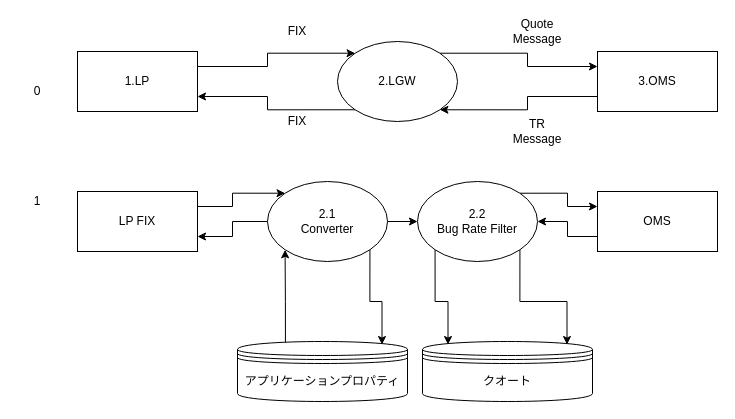
Above: requirement.drawio in gaodi16366/test (draw.io), before the change. Source tidied: cells renumbered, new cells numbered last; positions are measured from the earlier drawing's top-left corner, leaving out a move shared by most shapes. Both pictures are drawn from the tidied source at 100%, with x=0, y=0 at pixel (17, 21).
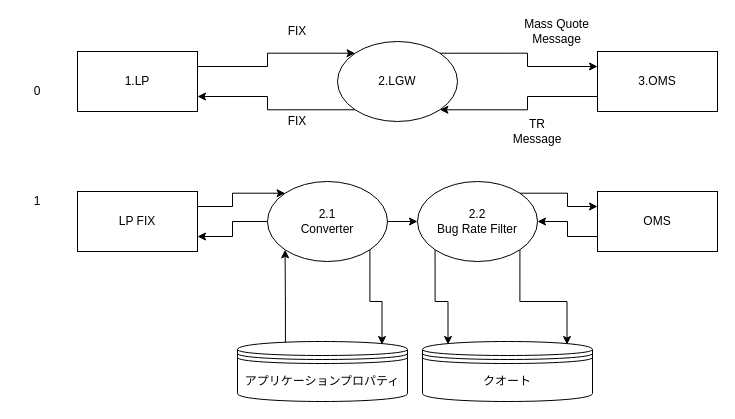
Above is the later version.

What changed in the source:
```diff
@@
-    <mxCell id="28" value="Quote Message" style="text;html=1;strokeColor=none;fillColor=none;align=center;verticalAlign=middle;whiteSpace=wrap;rounded=0;" parent="1" vertex="1">
-      <mxGeometry x="500" width="40" height="20" as="geometry" />
+    <mxCell id="28" value="Mass Quote Message" style="text;html=1;strokeColor=none;fillColor=none;align=center;verticalAlign=middle;whiteSpace=wrap;rounded=0;" parent="1" vertex="1">
+      <mxGeometry x="499" width="81" height="20" as="geometry" />
     </mxCell>
```
